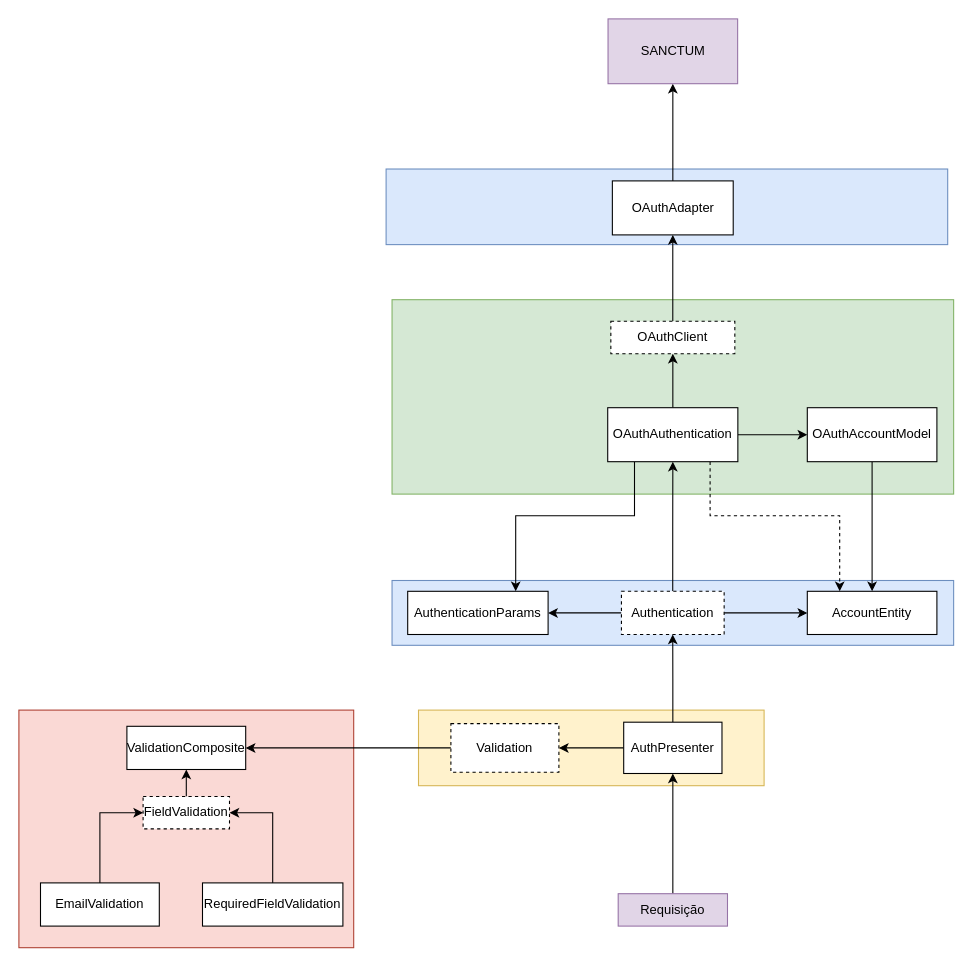
Above: Diagrama.drawio in LucasBordoniRodrigues/SanctumProject (draw.io), before the change. Source tidied: cells renumbered, new cells numbered last; positions are measured from the earlier drawing's top-left corner, leaving out a move shared by most shapes. Both pictures are drawn from the tidied source at 108%, with x=0, y=0 at pixel (18, 18).
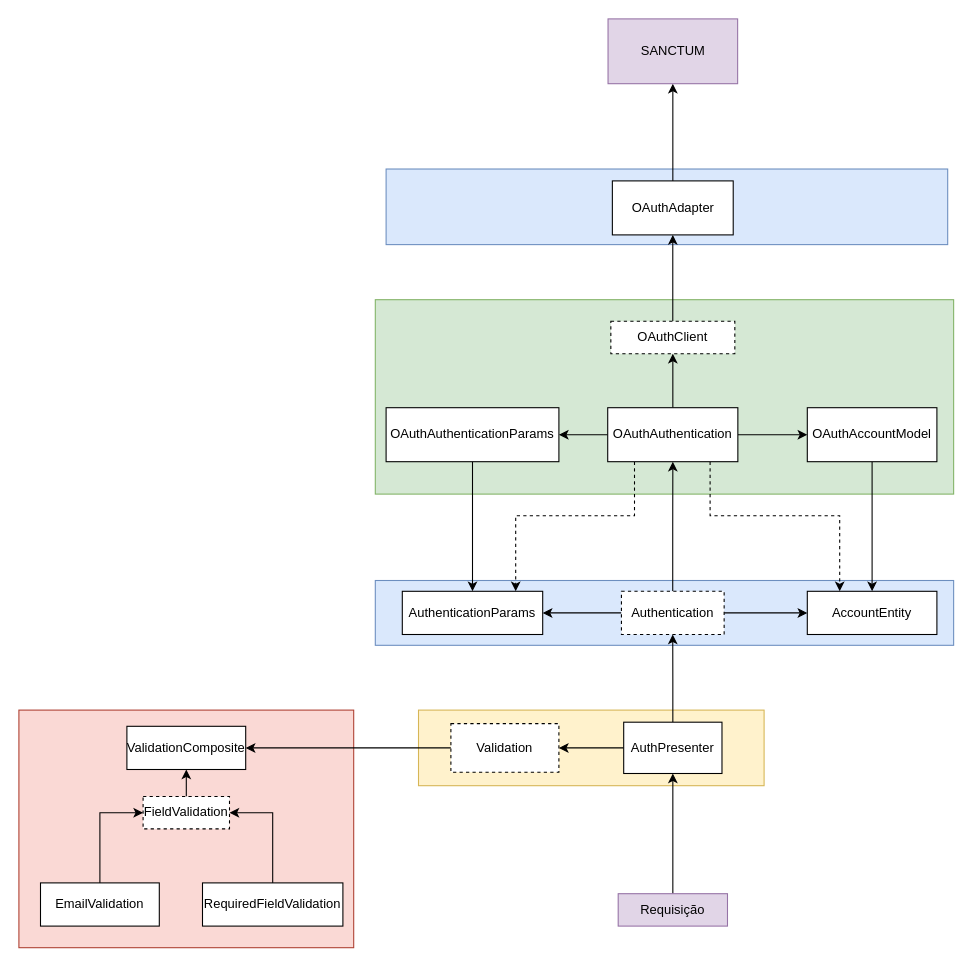
After the change.

Commit message (it also covers changes not shown here):
Params Abstraction

The change refers to these unchanged cells:
```xml
<mxCell id="31" value="OAuthAuthentication" style="rounded=0;whiteSpace=wrap;html=1;" parent="1" vertex="1">
  <mxGeometry x="545.2" y="360" width="120.5" height="50" as="geometry" />
</mxCell>
```

Change to the diagram source:
```diff
@@
     <mxCell id="3" style="rounded=0;whiteSpace=wrap;html=1;strokeColor=#82b366;fillColor=#d5e8d4;" parent="1" vertex="1">
-      <mxGeometry x="345.5" y="260" width="520" height="180" as="geometry" />
+      <mxGeometry x="330" y="260" width="535.5" height="180" as="geometry" />
     </mxCell>
@@
     <mxCell id="6" style="rounded=0;whiteSpace=wrap;html=1;strokeColor=#6c8ebf;fillColor=#dae8fc;" parent="1" vertex="1">
-      <mxGeometry x="345.5" y="520" width="520" height="60" as="geometry" />
+      <mxGeometry x="330" y="520" width="535.5" height="60" as="geometry" />
     </mxCell>
@@
     <mxCell id="25" value="AuthenticationParams" style="rounded=0;whiteSpace=wrap;html=1;" parent="1" vertex="1">
-      <mxGeometry x="360" y="530" width="130" height="40" as="geometry" />
+      <mxGeometry x="355" y="530" width="130" height="40" as="geometry" />
     </mxCell>
@@
-    <mxCell id="28" style="edgeStyle=orthogonalEdgeStyle;rounded=0;jettySize=auto;html=1;" parent="1" edge="1" source="31" target="25">
+    <mxCell id="28" style="edgeStyle=orthogonalEdgeStyle;rounded=0;jettySize=auto;html=1;dashed=1;" parent="1" edge="1" source="31" target="25">
       <mxGeometry relative="1" as="geometry">
         <Array as="points">
           <mxPoint x="570" y="460" />
           <mxPoint x="460" y="460" />
         </Array>
       </mxGeometry>
     </mxCell>
@@
+    <mxCell id="39" style="edgeStyle=orthogonalEdgeStyle;rounded=0;jettySize=auto;html=1;entryX=1;entryY=0.5;entryDx=0;entryDy=0;" parent="1" edge="1" source="31" target="41">
+      <mxGeometry relative="1" as="geometry" />
+    </mxCell>
@@
+    <mxCell id="40" style="edgeStyle=orthogonalEdgeStyle;rounded=0;jettySize=auto;html=1;" parent="1" edge="1" source="41" target="25">
+      <mxGeometry relative="1" as="geometry" />
+    </mxCell>
+    <mxCell id="41" value="OAuthAuthenticationParams" style="rounded=0;whiteSpace=wrap;html=1;" parent="1" vertex="1">
+      <mxGeometry x="340" y="360" width="160" height="50" as="geometry" />
+    </mxCell>
```
